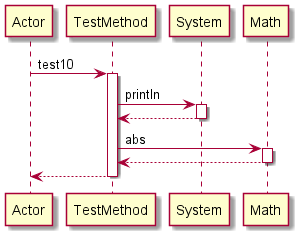
manucapo/Gardener keeps this PlantUML diagram as Diagrams/test10.png. Above is the earlier version.
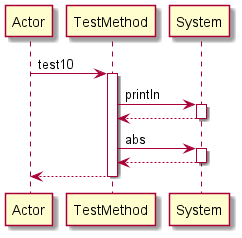
The same diagram one commit later.

What changed in the source:
```diff
@@ -6,9 +6,9 @@
 activate System
 System-->TestMethod
 deactivate System
-TestMethod -> Math: abs
-activate Math
-Math-->TestMethod
-deactivate Math
+TestMethod -> System: abs
+activate System
+System-->TestMethod
+deactivate System
 return
 @enduml
```
